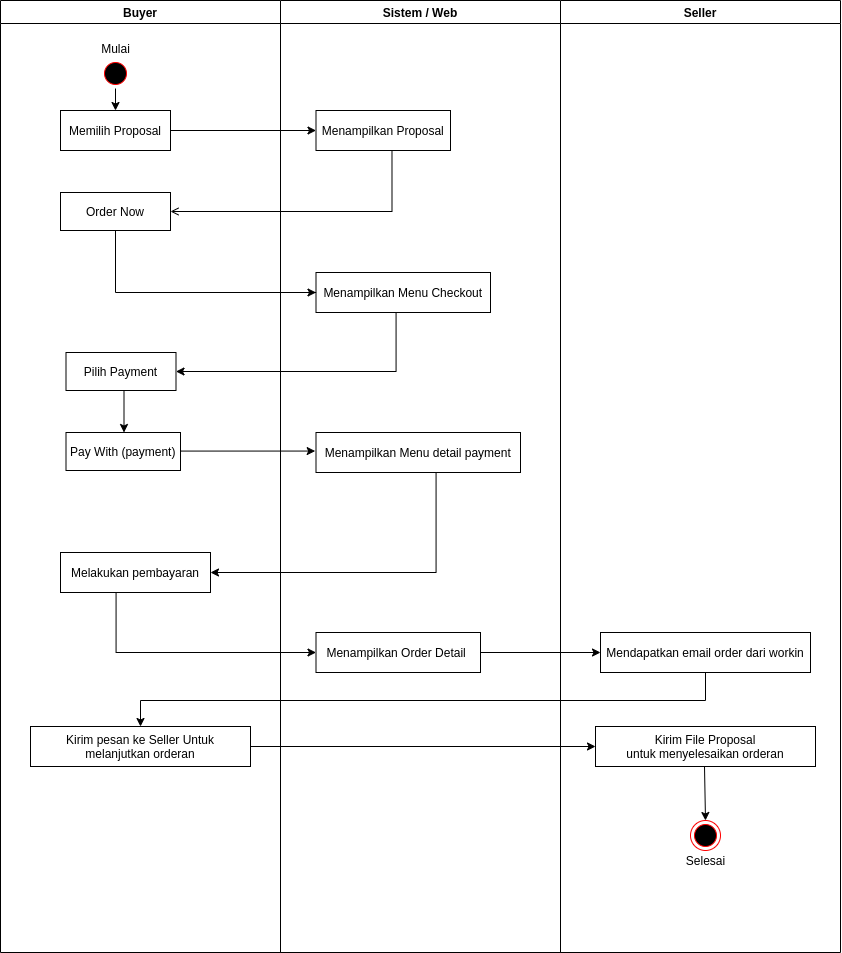
This is Payment.png from ahmadfaqih-dev/Flowchart, a draw.io export, as it was before one commit. Source tidied: cells renumbered, new cells last; positions are measured from the earlier drawing's top-left corner, leaving out a move shared by most shapes.
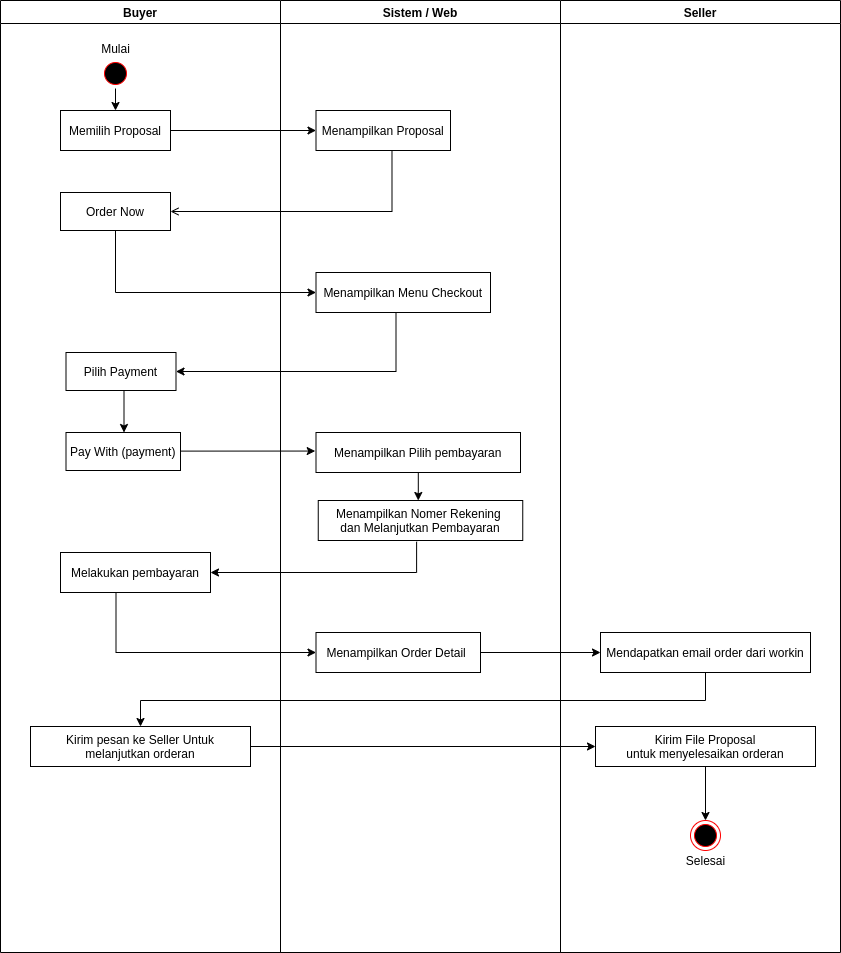
Above is the later version.

Change to the diagram source:
```diff
@@ -54,16 +54,22 @@
     <mxCell id="16" value="Menampilkan Menu Checkout" parent="13" vertex="1">
       <mxGeometry x="35.5" y="272" width="174.5" height="40" as="geometry" />
     </mxCell>
-    <mxCell id="17" value="Menampilkan Menu detail payment" parent="13" vertex="1">
+    <mxCell id="17" value="Menampilkan Pilih pembayaran" parent="13" vertex="1">
       <mxGeometry x="35.5" y="432" width="204.5" height="40" as="geometry" />
     </mxCell>
     <mxCell id="18" value="Menampilkan Order Detail " parent="13" vertex="1">
       <mxGeometry x="35.5" y="632" width="164.5" height="40" as="geometry" />
     </mxCell>
+    <mxCell id="36" value="Menampilkan Nomer Rekening &#10;dan Melanjutkan Pembayaran" parent="13" vertex="1">
+      <mxGeometry x="37.8" y="500" width="204.5" height="40" as="geometry" />
+    </mxCell>
+    <mxCell id="37" style="edgeStyle=orthogonalEdgeStyle;rounded=0;jettySize=auto;html=1;entryX=0.489;entryY=0;entryDx=0;entryDy=0;entryPerimeter=0;" parent="13" edge="1" source="17" target="36">
+      <mxGeometry relative="1" as="geometry" />
+    </mxCell>
     <mxCell id="19" value="Seller" style="swimlane;whiteSpace=wrap;startSize=23;" parent="1" vertex="1">
       <mxGeometry x="560" width="280" height="952" as="geometry" />
     </mxCell>
-    <mxCell id="20" style="endArrow=open;strokeColor=#FF0000;endFill=1;rounded=0;" parent="19" edge="1" target="x">
+    <mxCell id="20" style="endArrow=open;strokeColor=#FF0000;endFill=1;rounded=0;" parent="19" edge="1">
       <mxGeometry relative="1" as="geometry">
         <mxPoint x="145" y="682" as="sourcePoint" />
       </mxGeometry>
@@ -123,10 +129,10 @@
         </Array>
       </mxGeometry>
     </mxCell>
-    <mxCell id="31" style="edgeStyle=orthogonalEdgeStyle;rounded=0;jettySize=auto;html=1;strokeColor=#000000;entryX=1;entryY=0.5;entryDx=0;entryDy=0;" parent="1" edge="1" source="17" target="10">
+    <mxCell id="31" style="edgeStyle=orthogonalEdgeStyle;rounded=0;jettySize=auto;html=1;strokeColor=#000000;entryX=1;entryY=0.5;entryDx=0;entryDy=0;exitX=0.481;exitY=1.03;exitDx=0;exitDy=0;exitPerimeter=0;" parent="1" edge="1" source="36" target="10">
       <mxGeometry relative="1" as="geometry">
         <Array as="points">
-          <mxPoint x="435.5" y="572" />
+          <mxPoint x="416" y="572" />
         </Array>
       </mxGeometry>
     </mxCell>
```
